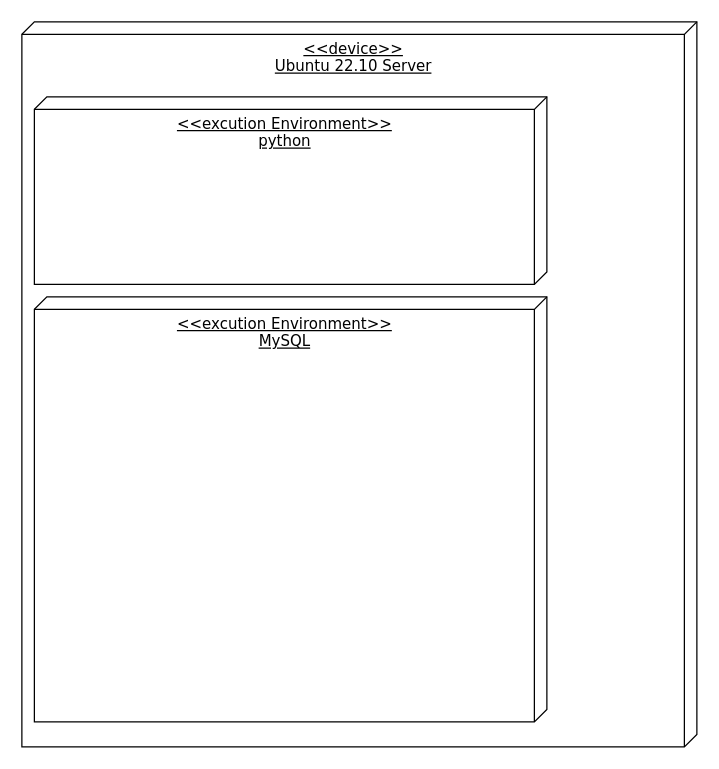
Above: aa_deployment_diagram.drawio in ShineSoYoung/TEST (draw.io), before the change. Source tidied: cells renumbered, new cells numbered last; positions are measured from the earlier drawing's top-left corner, leaving out a move shared by most shapes. Both pictures are drawn from the tidied source at 125%, with x=0, y=0 at pixel (21, 21).
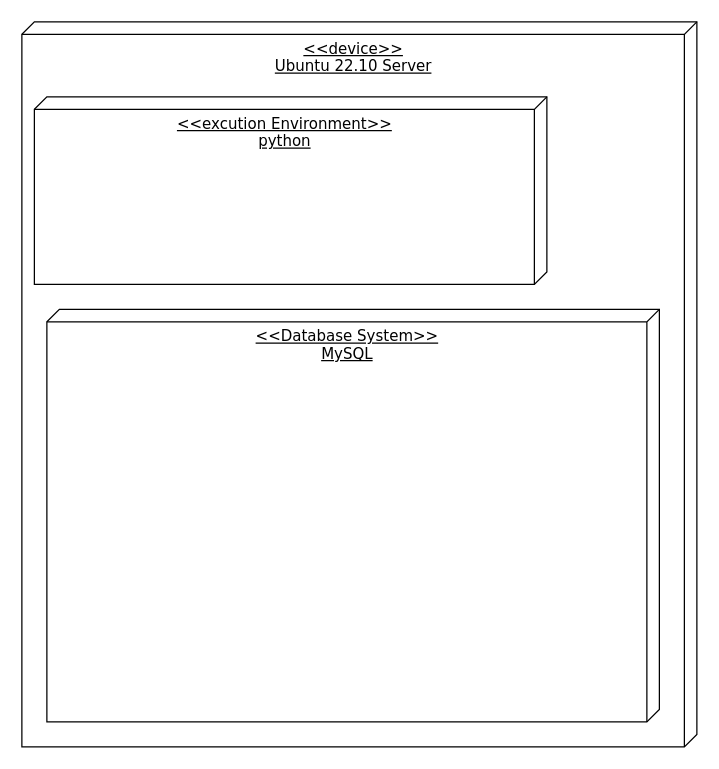
The same diagram, later.

What changed in the source:
```diff
@@
 <mxGraphModel>
   <root>
     <mxCell id="0" />
     <mxCell id="1" parent="0" />
     <mxCell id="2" value="&amp;lt;&amp;lt;device&amp;gt;&amp;gt; &lt;br&gt;Ubuntu 22.10 Server" style="verticalAlign=top;align=center;spacingTop=8;spacingLeft=2;spacingRight=12;shape=cube;size=10;direction=south;fontStyle=4;html=1;rounded=0;shadow=0;comic=0;labelBackgroundColor=none;strokeWidth=1;fontFamily=Verdana;fontSize=12;" parent="1" vertex="1">
       <mxGeometry width="540" height="580" as="geometry" />
     </mxCell>
     <mxCell id="3" value="&amp;lt;&amp;lt;excution Environment&amp;gt;&amp;gt;&lt;br&gt;python" style="verticalAlign=top;align=center;spacingTop=8;spacingLeft=2;spacingRight=12;shape=cube;size=10;direction=south;fontStyle=4;html=1;rounded=0;shadow=0;comic=0;labelBackgroundColor=none;strokeWidth=1;fontFamily=Verdana;fontSize=12;" parent="1" vertex="1">
       <mxGeometry x="10" y="60" width="410" height="150" as="geometry" />
     </mxCell>
-    <mxCell id="4" value="&amp;lt;&amp;lt;excution Environment&amp;gt;&amp;gt;&lt;br&gt;MySQL" style="verticalAlign=top;align=center;spacingTop=8;spacingLeft=2;spacingRight=12;shape=cube;size=10;direction=south;fontStyle=4;html=1;rounded=0;shadow=0;comic=0;labelBackgroundColor=none;strokeWidth=1;fontFamily=Verdana;fontSize=12;" parent="1" vertex="1">
-      <mxGeometry x="10" y="220" width="410" height="340" as="geometry" />
+    <mxCell id="4" value="&amp;lt;&amp;lt;Database System&amp;gt;&amp;gt;&lt;br&gt;MySQL" style="verticalAlign=top;align=center;spacingTop=8;spacingLeft=2;spacingRight=12;shape=cube;size=10;direction=south;fontStyle=4;html=1;rounded=0;shadow=0;comic=0;labelBackgroundColor=none;strokeWidth=1;fontFamily=Verdana;fontSize=12;" parent="1" vertex="1">
+      <mxGeometry x="20" y="230" width="490" height="330" as="geometry" />
     </mxCell>
   </root>
 </mxGraphModel>
```
